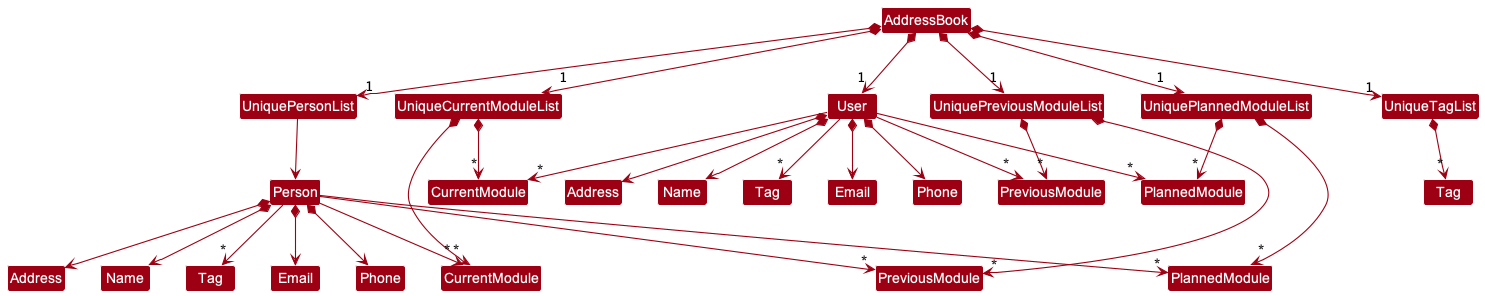
Above: docs/images/BetterModelClassDiagram.png in nus-cs2103-AY2223S1/tp (PlantUML), before the change.
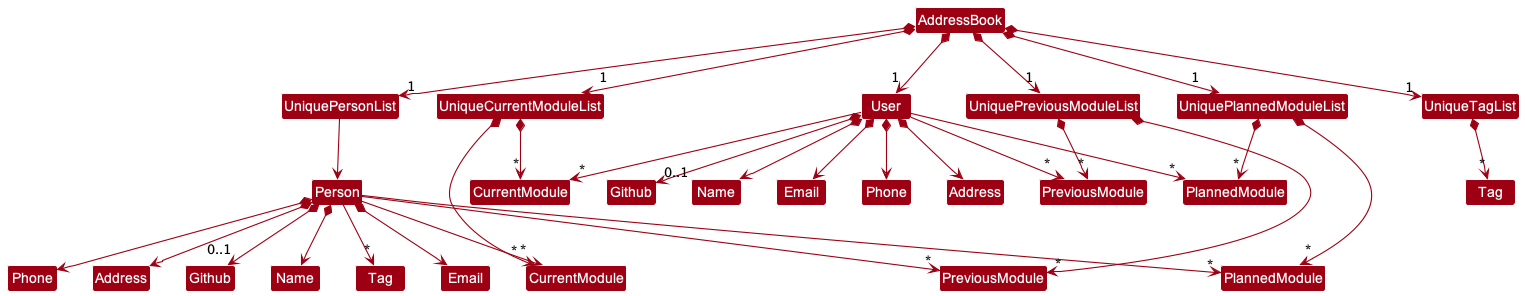
After the change.

Commit message:
Update UML diagrams for Model, BetterModel and Storage

What changed in the source:
```diff
@@ -7,13 +7,14 @@
 Class "Name" as PersonName
 Class "Name" as UserName
 Class "Tag" as PersonTag
-Class "Tag" as UserTag
 Class "Email" as PersonEmail
 Class "Email" as UserEmail
 Class "Phone" as PersonPhone
 Class "Phone" as UserPhone
 Class "Address" as PersonAddress
 Class "Address" as UserAddress
+Class "Github" as PersonGithub
+Class "Github" as UserGithub
 Class "CurrentModule" as PersonCurrentModule
 Class "CurrentModule" as UserCurrentModule
 Class "PreviousModule" as PersonPreviousModule
@@ -49,8 +50,8 @@
 Person *--> PersonPhone
 Person *--> PersonEmail
 Person *--> PersonAddress
+Person *--> "0..1" PersonGithub
 
-User --> "*" UserTag
 User --> "*" UserCurrentModule
 User --> "*" UserPlannedModule
 User --> "*" UserPreviousModule
@@ -59,4 +60,5 @@
 User *--> UserPhone
 User *--> UserEmail
 User *--> UserAddress
+User *--> "0..1" UserGithub
 @enduml
```
